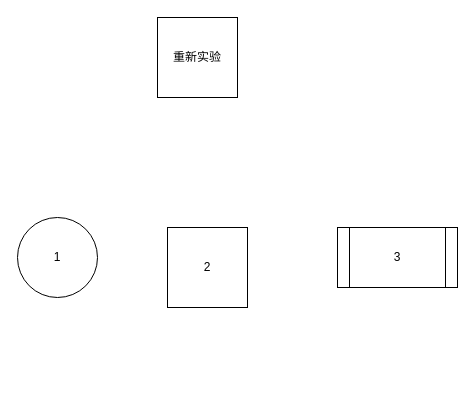
The draw.io diagram page "Page-1" (1 of 2) of src/main/java/com/wolf/creational/singleton/abc.drawio in liyork/violin-designpattern, before the edit. Source tidied: cells renumbered, new cells numbered last; positions are measured from the earlier drawing's top-left corner, leaving out a move shared by most shapes. Both pictures are drawn from the tidied source at 100%, with x=0, y=0 at pixel (17, 17).
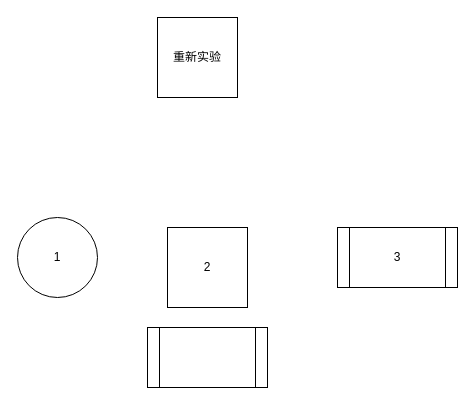
After the change.

Diff of the diagram source:
```diff
@@
 <mxGraphModel>
   <root>
     <mxCell id="0" />
     <mxCell id="1" parent="0" />
     <mxCell id="2" value="重新实验" style="whiteSpace=wrap;html=1;" parent="1" vertex="1">
       <mxGeometry x="140" width="80" height="80" as="geometry" />
     </mxCell>
     <mxCell id="3" value="2" style="whiteSpace=wrap;html=1;" parent="1" vertex="1">
       <mxGeometry x="150" y="210" width="80" height="80" as="geometry" />
     </mxCell>
     <mxCell id="4" value="1" style="ellipse;whiteSpace=wrap;html=1;" parent="1" vertex="1">
       <mxGeometry y="200" width="80" height="80" as="geometry" />
     </mxCell>
     <mxCell id="5" value="3" style="shape=process;whiteSpace=wrap;html=1;backgroundOutline=1;" parent="1" vertex="1">
       <mxGeometry x="320" y="210" width="120" height="60" as="geometry" />
     </mxCell>
+    <mxCell id="6" style="shape=process;whiteSpace=wrap;html=1;backgroundOutline=1;" parent="1" vertex="1">
+      <mxGeometry x="130" y="310" width="120" height="60" as="geometry" />
+    </mxCell>
   </root>
 </mxGraphModel>
```
